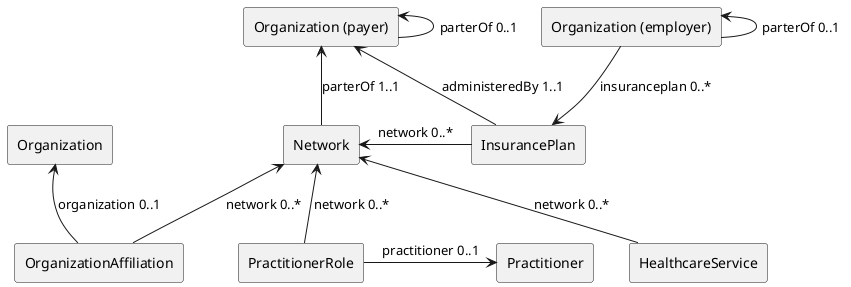
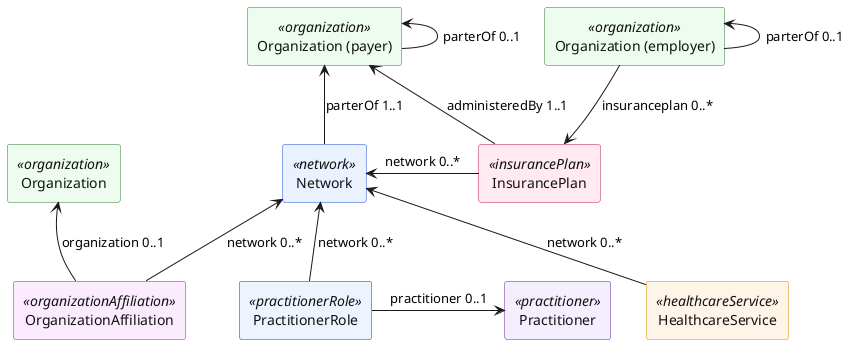
@startuml

- agent OrganizationAffiliation as orgAff
- agent PractitionerRole as praRole
- agent Practitioner as practitioner
- agent "Organization (payer)" as orgpayer
- agent "Organization (employer)" as orgemp
- agent "Organization" as organization3
- agent Network as network
- agent InsurancePlan as insurance
- agent "HealthcareService" as healthcare
+ skinparam agent {
+ 	FontColor #111111
+ 	BackgroundColor<<healthcareService>> #FFF5E6
+ 	BorderColor<<healthcareService>> #D48806
+ 	BackgroundColor<<insurancePlan>> #FFEAF1
+ 	BorderColor<<insurancePlan>> #BE185D
+ 	BackgroundColor<<network>> #EAF1FF
+ 	BorderColor<<network>> #1D4ED8
+ 	BackgroundColor<<organization>> #EEFBEF
+ 	BorderColor<<organization>> #2E7D32
+ 	BackgroundColor<<organizationAffiliation>> #FCEBFF
+ 	BorderColor<<organizationAffiliation>> #A21CAF
+ 	BackgroundColor<<practitioner>> #F4EEFF
+ 	BorderColor<<practitioner>> #6B21A8
+ 	BackgroundColor<<practitionerRole>> #EEF4FF
+ 	BorderColor<<practitionerRole>> #1E3A8A
+ }
+ 
+ agent OrganizationAffiliation as orgAff <<organizationAffiliation>>
+ agent PractitionerRole as praRole <<practitionerRole>>
+ agent Practitioner as practitioner <<practitioner>>
+ agent "Organization (payer)" as orgpayer <<organization>>
+ agent "Organization (employer)" as orgemp <<organization>>
+ agent "Organization" as organization3 <<organization>>
+ agent Network as network <<network>>
+ agent InsurancePlan as insurance <<insurancePlan>>
+ agent "HealthcareService" as healthcare <<healthcareService>>

orgAff -up-> network: "network 0..*"
network -up-> orgpayer: "parterOf 1..1"
insurance -up-> orgpayer: "administeredBy 1..1"
praRole -up-> network: "network 0..*"
praRole -right-> practitioner: "practitioner 0..1"
insurance -left-> network: "network 0..*"
orgemp -down-> insurance: "insuranceplan 0..*"
orgpayer -up-> orgpayer: "parterOf 0..1"
orgemp -up-> orgemp: "parterOf 0..1"
orgAff -up-> organization3: "organization 0..1"
healthcare -up-> network: "network 0..*"


@enduml